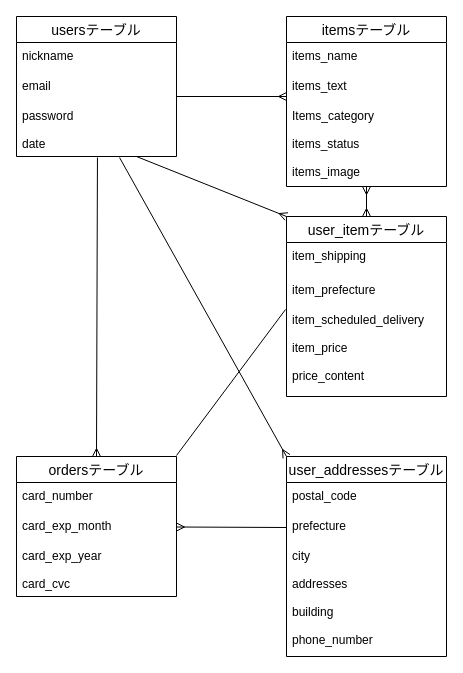
Before: furima.dio in ryusue1222/furima-33336, a draw.io diagram. Source tidied: cells renumbered, new cells numbered last; positions are measured from the earlier drawing's top-left corner, leaving out a move shared by most shapes. Both pictures are drawn from the tidied source at 100%, with x=0, y=0 at pixel (16, 16).
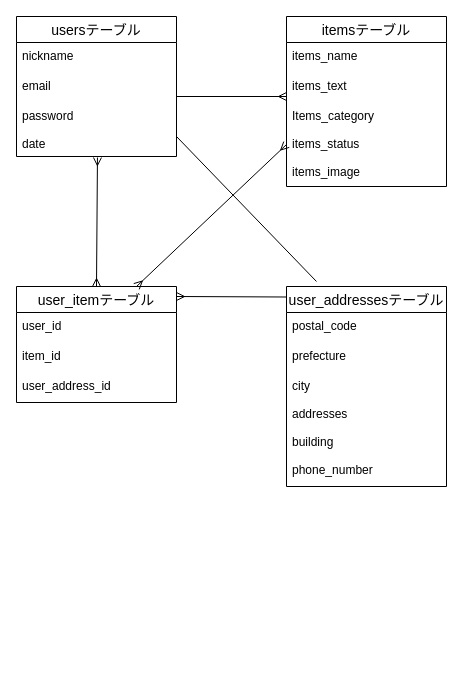
The same page after the edit.

Unchanged cells that the change refers to:
```xml
<mxCell id="5" value="password&#10;&#10;date" style="text;strokeColor=none;fillColor=none;spacingLeft=4;spacingRight=4;overflow=hidden;points=[[0,0.5],[1,0.5]];portConstraint=eastwest;fontSize=12;" parent="2" vertex="1">
  <mxGeometry y="86" width="160" height="54" as="geometry" />
</mxCell>
<mxCell id="9" value="Items_category&#10;&#10;items_status&#10;&#10;items_image" style="text;strokeColor=none;fillColor=none;spacingLeft=4;spacingRight=4;overflow=hidden;points=[[0,0.5],[1,0.5]];portConstraint=eastwest;fontSize=12;" parent="6" vertex="1">
  <mxGeometry y="86" width="160" height="84" as="geometry" />
</mxCell>
```

What changed in the source:
```diff
@@
-    <mxCell id="10" value="user_itemテーブル" style="swimlane;fontStyle=0;horizontal=1;startSize=26;align=center;fontSize=14;" parent="1" vertex="1">
-      <mxGeometry x="270" y="200" width="160" height="180" as="geometry" />
-    </mxCell>
-    <mxCell id="11" value="item_shipping" style="text;strokeColor=none;fillColor=none;spacingLeft=4;spacingRight=4;overflow=hidden;fontSize=12;" parent="10" vertex="1">
-      <mxGeometry y="26" width="160" height="34" as="geometry" />
-    </mxCell>
-    <mxCell id="12" value="item_prefecture" style="text;strokeColor=none;fillColor=none;spacingLeft=4;spacingRight=4;overflow=hidden;fontSize=12;" parent="10" vertex="1">
-      <mxGeometry y="60" width="160" height="30" as="geometry" />
-    </mxCell>
-    <mxCell id="13" value="item_scheduled_delivery&#10;&#10;item_price&#10;&#10;price_content" style="text;strokeColor=none;fillColor=none;spacingLeft=4;spacingRight=4;overflow=hidden;points=[[0,0.5],[1,0.5]];portConstraint=eastwest;fontSize=12;" parent="10" vertex="1">
-      <mxGeometry y="90" width="160" height="90" as="geometry" />
-    </mxCell>
-    <mxCell id="14" value="ordersテーブル" style="swimlane;fontStyle=0;horizontal=1;startSize=26;align=center;fontSize=14;" parent="1" vertex="1">
-      <mxGeometry y="440" width="160" height="140" as="geometry" />
-    </mxCell>
-    <mxCell id="15" value="card_number" style="text;strokeColor=none;fillColor=none;spacingLeft=4;spacingRight=4;overflow=hidden;fontSize=12;" parent="14" vertex="1">
-      <mxGeometry y="26" width="160" height="30" as="geometry" />
-    </mxCell>
-    <mxCell id="16" value="card_exp_month" style="text;strokeColor=none;fillColor=none;spacingLeft=4;spacingRight=4;overflow=hidden;fontSize=12;" parent="14" vertex="1">
-      <mxGeometry y="56" width="160" height="30" as="geometry" />
-    </mxCell>
-    <mxCell id="17" value="card_exp_year&#10;&#10;card_cvc&#10;&#10;" style="text;strokeColor=none;fillColor=none;spacingLeft=4;spacingRight=4;overflow=hidden;fontSize=12;" parent="14" vertex="1">
-      <mxGeometry y="86" width="160" height="54" as="geometry" />
-    </mxCell>
     <mxCell id="18" value="user_addressesテーブル" style="swimlane;fontStyle=0;horizontal=1;startSize=26;align=center;fontSize=14;" parent="1" vertex="1">
-      <mxGeometry x="270" y="440" width="160" height="200" as="geometry" />
+      <mxGeometry x="270" y="270" width="160" height="200" as="geometry" />
     </mxCell>
@@
-    <mxCell id="21" style="endArrow=none;html=1;rounded=0;startArrow=ERmany;startFill=0;" parent="18" edge="1">
-      <mxGeometry relative="1" as="geometry">
-        <mxPoint x="-110" y="70.5" as="sourcePoint" />
-        <mxPoint y="71" as="targetPoint" />
-      </mxGeometry>
-    </mxCell>
@@
-    <mxCell id="23" style="endArrow=ERmany;html=1;rounded=0;exitX=0.506;exitY=1.019;exitDx=0;exitDy=0;exitPerimeter=0;entryX=0.5;entryY=0;entryDx=0;entryDy=0;endFill=0;" parent="1" edge="1" source="5" target="14">
-      <mxGeometry relative="1" as="geometry" />
+    <mxCell id="23" style="endArrow=ERmany;html=1;rounded=0;exitX=0.506;exitY=1.019;exitDx=0;exitDy=0;exitPerimeter=0;endFill=0;startArrow=ERmany;startFill=0;" parent="1" edge="1" source="5">
+      <mxGeometry relative="1" as="geometry">
+        <mxPoint x="80" y="270" as="targetPoint" />
+      </mxGeometry>
     </mxCell>
@@
-    <mxCell id="25" style="endArrow=ERmany;html=1;rounded=0;entryX=0;entryY=0;entryDx=0;entryDy=0;endFill=0;" parent="1" edge="1" target="10">
-      <mxGeometry relative="1" as="geometry">
-        <mxPoint x="120" y="140" as="sourcePoint" />
-      </mxGeometry>
-    </mxCell>
-    <mxCell id="26" style="endArrow=ERmany;html=1;rounded=0;entryX=0.5;entryY=0;entryDx=0;entryDy=0;startArrow=ERmany;startFill=0;endFill=0;" parent="1" edge="1" target="10">
-      <mxGeometry relative="1" as="geometry">
-        <mxPoint x="350" y="170" as="sourcePoint" />
-      </mxGeometry>
-    </mxCell>
-    <mxCell id="27" style="endArrow=none;html=1;rounded=0;exitX=0;exitY=0;exitDx=0;exitDy=0;entryX=0.644;entryY=1.019;entryDx=0;entryDy=0;entryPerimeter=0;endFill=0;startArrow=ERmany;startFill=0;" parent="1" edge="1" source="18" target="5">
-      <mxGeometry relative="1" as="geometry" />
-    </mxCell>
-    <mxCell id="28" style="endArrow=none;html=1;rounded=0;entryX=-0.006;entryY=0.033;entryDx=0;entryDy=0;entryPerimeter=0;endFill=0;" parent="1" edge="1" target="13">
-      <mxGeometry relative="1" as="geometry">
-        <mxPoint x="160" y="439" as="sourcePoint" />
-      </mxGeometry>
-    </mxCell>
+    <mxCell id="21" style="endArrow=none;html=1;rounded=0;startArrow=ERmany;startFill=0;" parent="1" edge="1">
+      <mxGeometry relative="1" as="geometry">
+        <mxPoint x="160" y="280" as="sourcePoint" />
+        <mxPoint x="270" y="280.5" as="targetPoint" />
+      </mxGeometry>
+    </mxCell>
+    <mxCell id="10" value="user_itemテーブル" style="swimlane;fontStyle=0;horizontal=1;startSize=26;align=center;fontSize=14;" parent="1" vertex="1">
+      <mxGeometry y="270" width="160" height="116" as="geometry" />
+    </mxCell>
+    <mxCell id="29" value="user_id" style="text;strokeColor=none;fillColor=none;spacingLeft=4;spacingRight=4;overflow=hidden;fontSize=12;" parent="10" vertex="1">
+      <mxGeometry y="26" width="160" height="30" as="geometry" />
+    </mxCell>
+    <mxCell id="30" value="item_id" style="text;strokeColor=none;fillColor=none;spacingLeft=4;spacingRight=4;overflow=hidden;fontSize=12;" parent="10" vertex="1">
+      <mxGeometry y="56" width="160" height="30" as="geometry" />
+    </mxCell>
+    <mxCell id="31" value="user_address_id" style="text;strokeColor=none;fillColor=none;spacingLeft=4;spacingRight=4;overflow=hidden;fontSize=12;" parent="10" vertex="1">
+      <mxGeometry y="86" width="160" height="30" as="geometry" />
+    </mxCell>
+    <mxCell id="32" style="endArrow=ERmany;html=1;rounded=0;entryX=0;entryY=0.5;entryDx=0;entryDy=0;exitX=0.75;exitY=0;exitDx=0;exitDy=0;startArrow=ERmany;startFill=0;endFill=0;" parent="1" edge="1" source="10" target="9">
+      <mxGeometry relative="1" as="geometry" />
+    </mxCell>
+    <mxCell id="33" style="endArrow=none;html=1;rounded=0;" parent="1" edge="1">
+      <mxGeometry relative="1" as="geometry">
+        <mxPoint x="160" y="120" as="sourcePoint" />
+        <mxPoint x="300" y="265" as="targetPoint" />
+      </mxGeometry>
+    </mxCell>
```
